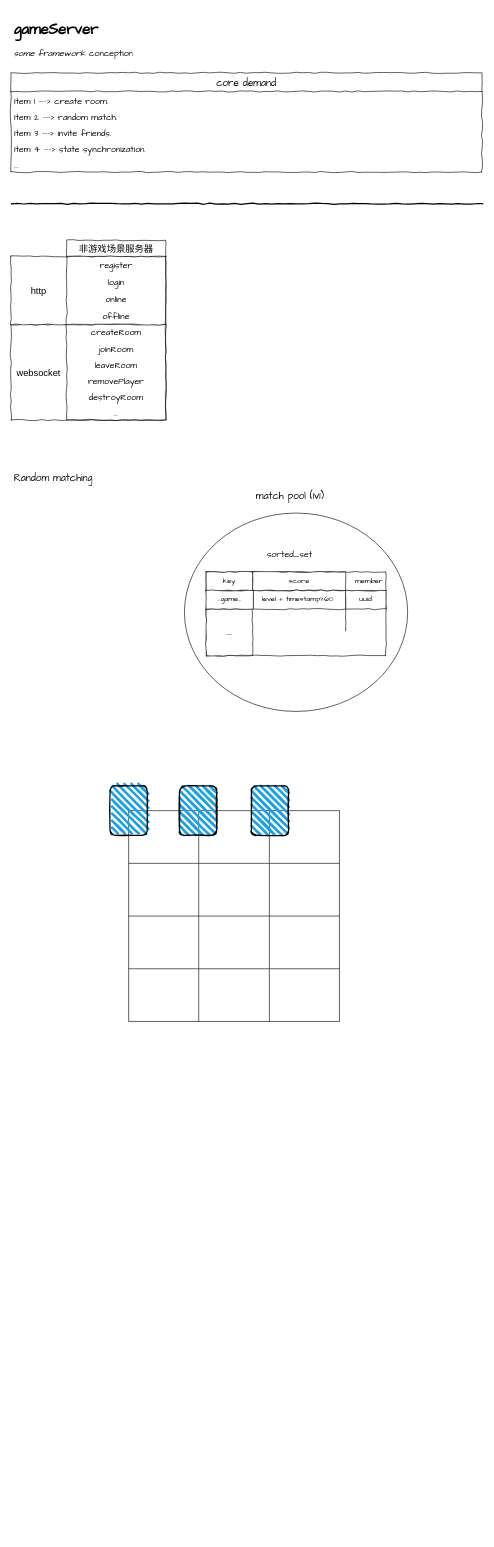
rabbitdream/framework keeps this draw.io diagram as gameServer/gameServer.drawio. Above is the earlier version. Source tidied: cells renumbered, new cells numbered last; positions are measured from the earlier drawing's top-left corner, leaving out a move shared by most shapes. Both pictures are drawn from the tidied source at 62%, with x=0, y=0 at pixel (11, 17).
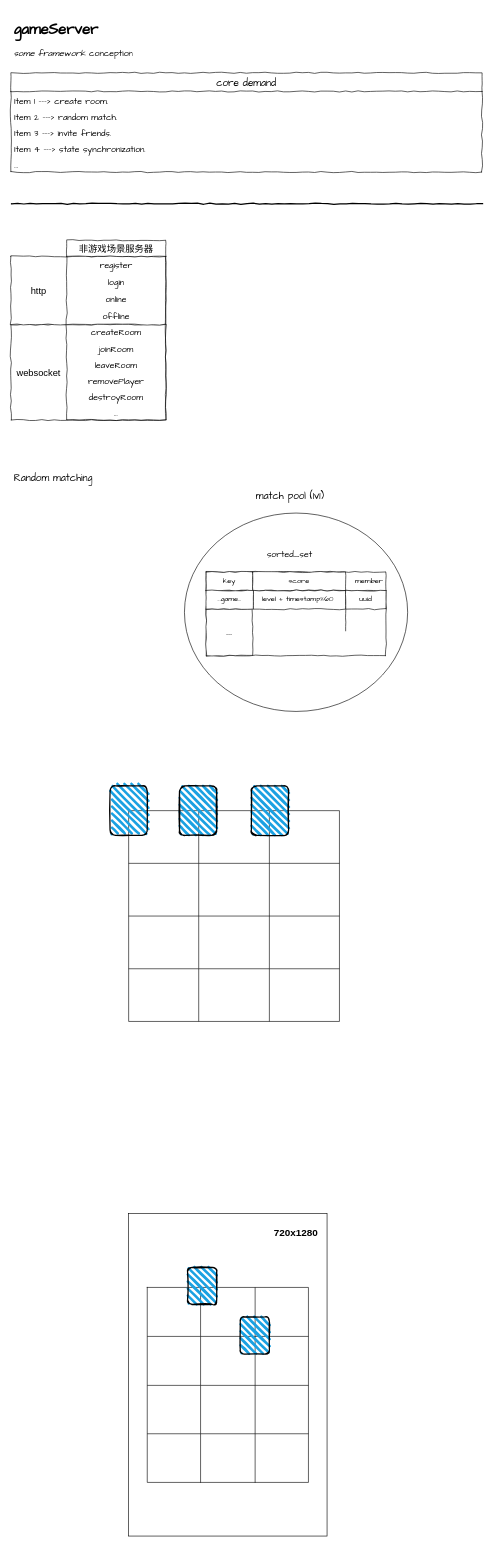
The same diagram, later.

What changed in the source:
```diff
@@
+    <mxCell id="62" style="rounded=0;whiteSpace=wrap;html=1;startSize=0;" parent="1" vertex="1">
+      <mxGeometry x="190" y="1930" width="320" height="520" as="geometry" />
+    </mxCell>
@@
+    <mxCell id="63" style="shape=table;html=1;whiteSpace=wrap;startSize=0;childLayout=tableLayout;" parent="1" vertex="1">
+      <mxGeometry x="220" y="2049" width="260" height="314.5" as="geometry" />
+    </mxCell>
+    <mxCell id="64" style="shape=partialRectangle;html=1;whiteSpace=wrap;fillColor=none;top=0;left=0;bottom=0;right=0;" parent="63" vertex="1">
+      <mxGeometry width="260" height="79" as="geometry" />
+    </mxCell>
+    <mxCell id="65" style="shape=partialRectangle;html=1;whiteSpace=wrap;fillColor=none;top=0;left=0;bottom=0;right=0;overflow=hidden;" parent="64" vertex="1">
+      <mxGeometry width="86" height="79" as="geometry" />
+    </mxCell>
+    <mxCell id="66" style="shape=partialRectangle;html=1;whiteSpace=wrap;fillColor=none;top=0;left=0;bottom=0;right=0;overflow=hidden;" parent="64" vertex="1">
+      <mxGeometry x="86" width="88" height="79" as="geometry" />
+    </mxCell>
+    <mxCell id="67" style="shape=partialRectangle;html=1;whiteSpace=wrap;fillColor=none;top=0;left=0;bottom=0;right=0;overflow=hidden;" parent="64" vertex="1">
+      <mxGeometry x="174" width="86" height="79" as="geometry" />
+    </mxCell>
+    <mxCell id="68" style="shape=partialRectangle;html=1;whiteSpace=wrap;fillColor=none;top=0;left=0;bottom=0;right=0;" parent="63" vertex="1">
+      <mxGeometry y="79" width="260" height="79" as="geometry" />
+    </mxCell>
+    <mxCell id="69" style="shape=partialRectangle;html=1;whiteSpace=wrap;fillColor=none;top=0;left=0;bottom=0;right=0;overflow=hidden;" parent="68" vertex="1">
+      <mxGeometry width="86" height="79" as="geometry" />
+    </mxCell>
+    <mxCell id="70" style="shape=partialRectangle;html=1;whiteSpace=wrap;fillColor=none;top=0;left=0;bottom=0;right=0;overflow=hidden;" parent="68" vertex="1">
+      <mxGeometry x="86" width="88" height="79" as="geometry" />
+    </mxCell>
+    <mxCell id="71" style="shape=partialRectangle;html=1;whiteSpace=wrap;fillColor=none;top=0;left=0;bottom=0;right=0;overflow=hidden;" parent="68" vertex="1">
+      <mxGeometry x="174" width="86" height="79" as="geometry" />
+    </mxCell>
+    <mxCell id="72" style="shape=partialRectangle;html=1;whiteSpace=wrap;fillColor=none;top=0;left=0;bottom=0;right=0;" parent="63" vertex="1">
+      <mxGeometry y="158" width="260" height="78" as="geometry" />
+    </mxCell>
+    <mxCell id="73" style="shape=partialRectangle;html=1;whiteSpace=wrap;fillColor=none;top=0;left=0;bottom=0;right=0;overflow=hidden;" parent="72" vertex="1">
+      <mxGeometry width="86" height="78" as="geometry" />
+    </mxCell>
+    <mxCell id="74" style="shape=partialRectangle;html=1;whiteSpace=wrap;fillColor=none;top=0;left=0;bottom=0;right=0;overflow=hidden;" parent="72" vertex="1">
+      <mxGeometry x="86" width="88" height="78" as="geometry" />
+    </mxCell>
+    <mxCell id="75" style="shape=partialRectangle;html=1;whiteSpace=wrap;fillColor=none;top=0;left=0;bottom=0;right=0;overflow=hidden;" parent="72" vertex="1">
+      <mxGeometry x="174" width="86" height="78" as="geometry" />
+    </mxCell>
+    <mxCell id="76" style="shape=partialRectangle;html=1;whiteSpace=wrap;fillColor=none;top=0;left=0;bottom=0;right=0;" parent="63" vertex="1">
+      <mxGeometry y="236" width="260" height="79" as="geometry" />
+    </mxCell>
+    <mxCell id="77" style="shape=partialRectangle;html=1;whiteSpace=wrap;fillColor=none;top=0;left=0;bottom=0;right=0;overflow=hidden;" parent="76" vertex="1">
+      <mxGeometry width="86" height="79" as="geometry" />
+    </mxCell>
+    <mxCell id="78" style="shape=partialRectangle;html=1;whiteSpace=wrap;fillColor=none;top=0;left=0;bottom=0;right=0;overflow=hidden;" parent="76" vertex="1">
+      <mxGeometry x="86" width="88" height="79" as="geometry" />
+    </mxCell>
+    <mxCell id="79" style="shape=partialRectangle;html=1;whiteSpace=wrap;fillColor=none;top=0;left=0;bottom=0;right=0;overflow=hidden;" parent="76" vertex="1">
+      <mxGeometry x="174" width="86" height="79" as="geometry" />
+    </mxCell>
+    <mxCell id="80" style="rounded=1;whiteSpace=wrap;html=1;strokeWidth=2;fillWeight=4;hachureGap=8;hachureAngle=45;fillColor=#1ba1e2;sketch=1;startSize=0;" parent="1" vertex="1">
+      <mxGeometry x="285" y="2016.5" width="47" height="60" as="geometry" />
+    </mxCell>
+    <mxCell id="81" style="rounded=1;whiteSpace=wrap;html=1;strokeWidth=2;fillWeight=4;hachureGap=8;hachureAngle=45;fillColor=#1ba1e2;sketch=1;startSize=0;" parent="1" vertex="1">
+      <mxGeometry x="370" y="2096.5" width="47" height="60" as="geometry" />
+    </mxCell>
+    <mxCell id="82" value="&lt;b&gt;&lt;font style=&quot;font-size: 16px&quot;&gt;720x1280&lt;/font&gt;&lt;/b&gt;" style="text;html=1;strokeColor=none;fillColor=none;align=center;verticalAlign=middle;whiteSpace=wrap;rounded=0;startSize=0;" parent="1" vertex="1">
+      <mxGeometry x="440" y="1950" width="40" height="20" as="geometry" />
+    </mxCell>
```
